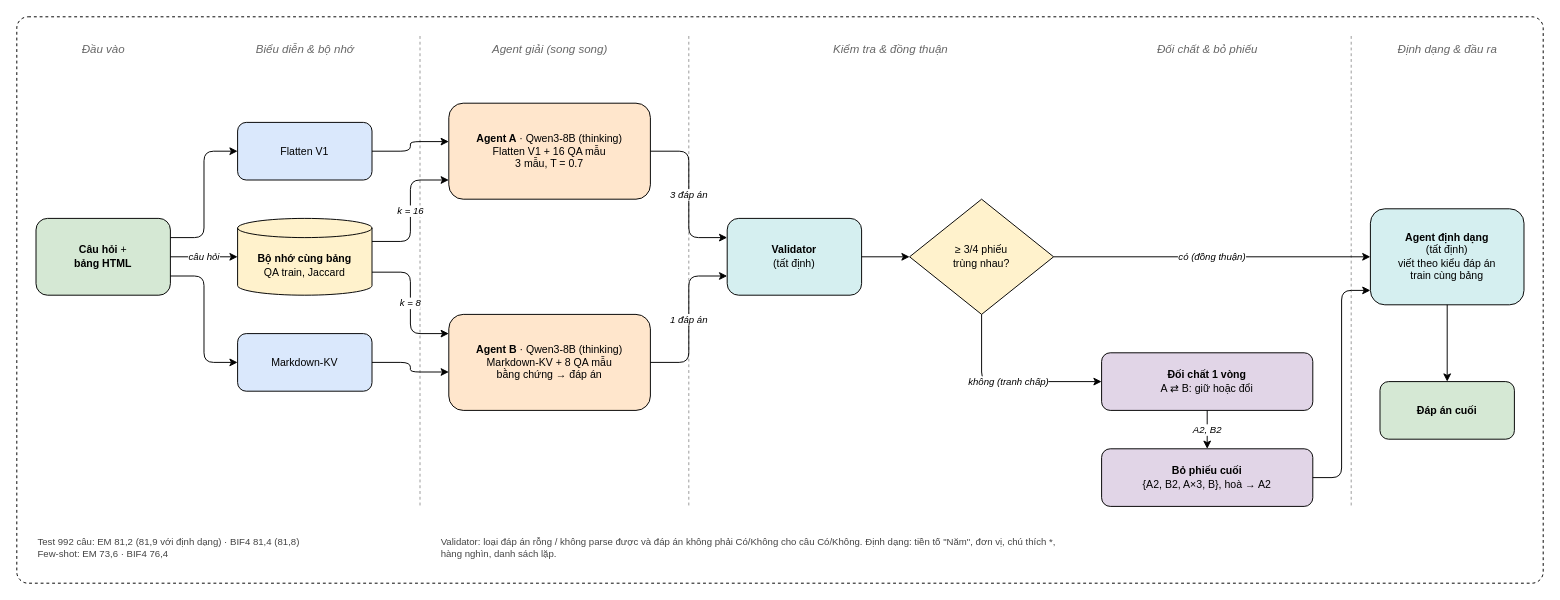
The draw.io diagram imgs/memxam_pipeline.drawio in NgDinhKhoi0709/POMA, before the edit. Source tidied: cells renumbered, new cells numbered last; positions are measured from the earlier drawing's top-left corner, leaving out a move shared by most shapes. Both pictures are drawn from the tidied source at 96%, with x=0, y=0 at pixel (16, 16).
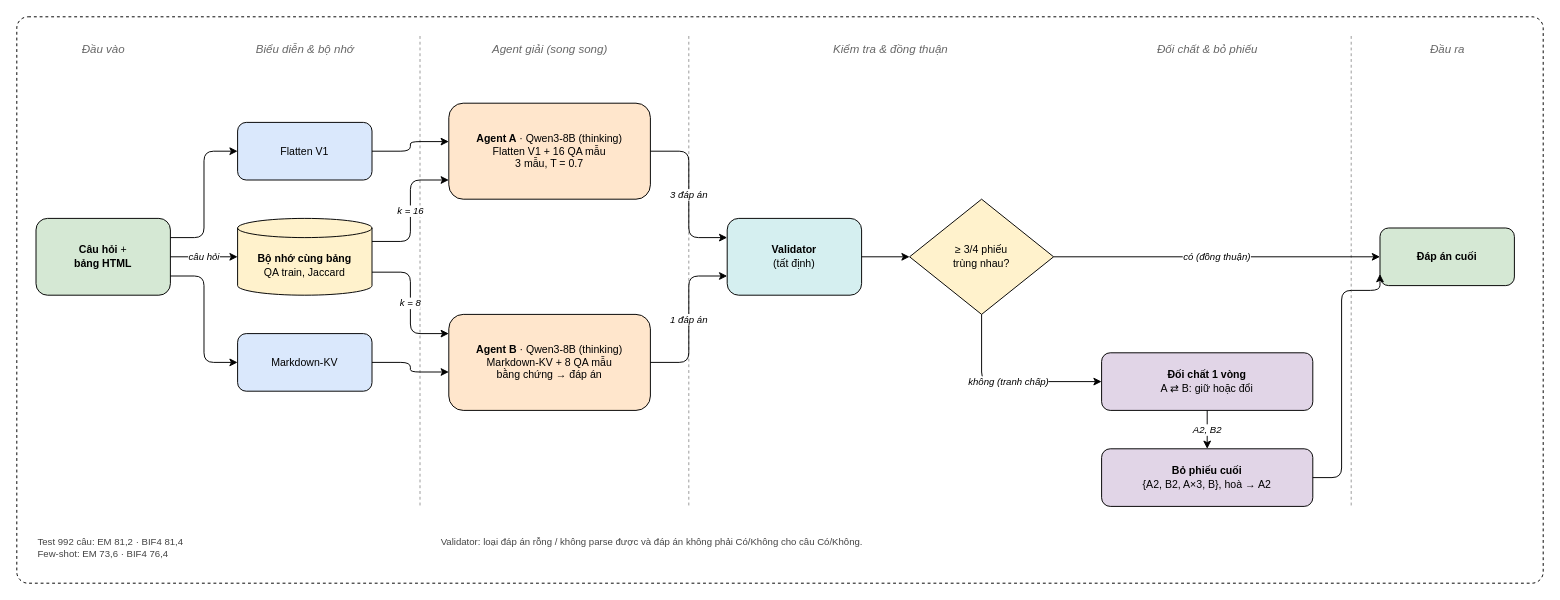
Above is the later version.

Commit message (it also covers changes not shown here):
docs: add PhoBERT-F1 per method; drop formatting step from pipeline figure

The change refers to these unchanged cells:
```xml
<mxCell id="19" value="≥ 3/4 phiếu&lt;br&gt;trùng nhau?" style="rhombus;whiteSpace=wrap;html=1;fillColor=#fff2cc;strokeColor=#000000;fontSize=11;" parent="1" vertex="1">
  <mxGeometry x="930" y="190" width="150" height="120" as="geometry" />
</mxCell>
<mxCell id="21" value="&lt;b&gt;Bỏ phiếu cuối&lt;/b&gt;&lt;br&gt;{A2, B2, A×3, B}, hoà → A2" style="rounded=1;whiteSpace=wrap;html=1;fillColor=#e1d5e7;strokeColor=#000000;fontSize=11;" parent="1" vertex="1">
  <mxGeometry x="1130" y="450" width="220" height="60" as="geometry" />
</mxCell>
```

Diff of the diagram source:
```diff
@@
-    <mxCell id="8" value="Định dạng &amp; đầu ra" style="text;html=1;align=center;fontStyle=2;fontColor=#666666;fontSize=12;" parent="1" vertex="1">
+    <mxCell id="8" value="Đầu ra" style="text;html=1;align=center;fontStyle=2;fontColor=#666666;fontSize=12;" parent="1" vertex="1">
       <mxGeometry x="1400" y="20" width="180" height="30" as="geometry" />
     </mxCell>
@@
-    <mxCell id="22" value="&lt;b&gt;Agent định dạng&lt;/b&gt;&lt;br&gt;(tất định)&lt;br&gt;viết theo kiểu đáp án&lt;br&gt;train cùng bảng" style="rounded=1;whiteSpace=wrap;html=1;fillColor=#d5eff0;strokeColor=#000000;fontSize=11;" parent="1" vertex="1">
-      <mxGeometry x="1410" y="200" width="160" height="100" as="geometry" />
-    </mxCell>
     <mxCell id="23" value="&lt;b&gt;Đáp án cuối&lt;/b&gt;" style="rounded=1;whiteSpace=wrap;html=1;fillColor=#d5e8d4;strokeColor=#000000;fontSize=11;" parent="1" vertex="1">
-      <mxGeometry x="1420" y="380" width="140" height="60" as="geometry" />
+      <mxGeometry x="1420" y="220" width="140" height="60" as="geometry" />
     </mxCell>
-    <mxCell id="24" value="Test 992 câu: EM 81,2 (81,9 với định dạng) · BIF4 81,4 (81,8)&lt;br&gt;Few-shot: EM 73,6 · BIF4 76,4" style="text;html=1;align=left;fontSize=10;fontColor=#444444;" parent="1" vertex="1">
+    <mxCell id="24" value="Test 992 câu: EM 81,2 · BIF4 81,4&lt;br&gt;Few-shot: EM 73,6 · BIF4 76,4" style="text;html=1;align=left;fontSize=10;fontColor=#444444;" parent="1" vertex="1">
       <mxGeometry x="20" y="535" width="380" height="40" as="geometry" />
     </mxCell>
-    <mxCell id="25" value="Validator: loại đáp án rỗng / không parse được và đáp án không phải Có/Không cho câu Có/Không. Định dạng: tiền tố &quot;Năm&quot;, đơn vị, chú thích *, hàng nghìn, danh sách lặp." style="text;html=1;align=left;fontSize=10;fontColor=#444444;whiteSpace=wrap;" parent="1" vertex="1">
+    <mxCell id="25" value="Validator: loại đáp án rỗng / không parse được và đáp án không phải Có/Không cho câu Có/Không." style="text;html=1;align=left;fontSize=10;fontColor=#444444;whiteSpace=wrap;" parent="1" vertex="1">
       <mxGeometry x="440" y="535" width="660" height="40" as="geometry" />
     </mxCell>
@@
-    <mxCell id="36" value="&lt;i&gt;có (đồng thuận)&lt;/i&gt;" style="edgeStyle=orthogonalEdgeStyle;rounded=1;jettySize=auto;html=1;strokeColor=#000000;fontSize=10;exitX=1;exitY=0.5;entryX=0;entryY=0.5;" parent="1" edge="1" source="19" target="22">
+    <mxCell id="36" value="&lt;i&gt;có (đồng thuận)&lt;/i&gt;" style="edgeStyle=orthogonalEdgeStyle;rounded=1;jettySize=auto;html=1;strokeColor=#000000;fontSize=10;exitX=1;exitY=0.5;entryX=0;entryY=0.5;" parent="1" edge="1" source="19" target="23">
       <mxGeometry relative="1" as="geometry" />
     </mxCell>
@@
-    <mxCell id="39" style="edgeStyle=orthogonalEdgeStyle;rounded=1;jettySize=auto;html=1;strokeColor=#000000;exitX=1;exitY=0.5;entryX=0;entryY=0.85;" parent="1" edge="1" source="21" target="22">
+    <mxCell id="39" style="edgeStyle=orthogonalEdgeStyle;rounded=1;jettySize=auto;html=1;strokeColor=#000000;exitX=1;exitY=0.5;entryX=0;entryY=0.8;" parent="1" edge="1" source="21" target="23">
       <mxGeometry relative="1" as="geometry">
         <Array as="points">
           <mxPoint x="1380" y="480" />
           <mxPoint x="1380" y="285" />
         </Array>
       </mxGeometry>
     </mxCell>
-    <mxCell id="40" style="edgeStyle=orthogonalEdgeStyle;rounded=1;jettySize=auto;html=1;strokeColor=#000000;exitX=0.5;exitY=1;entryX=0.5;entryY=0;" parent="1" edge="1" source="22" target="23">
-      <mxGeometry relative="1" as="geometry" />
-    </mxCell>
```
